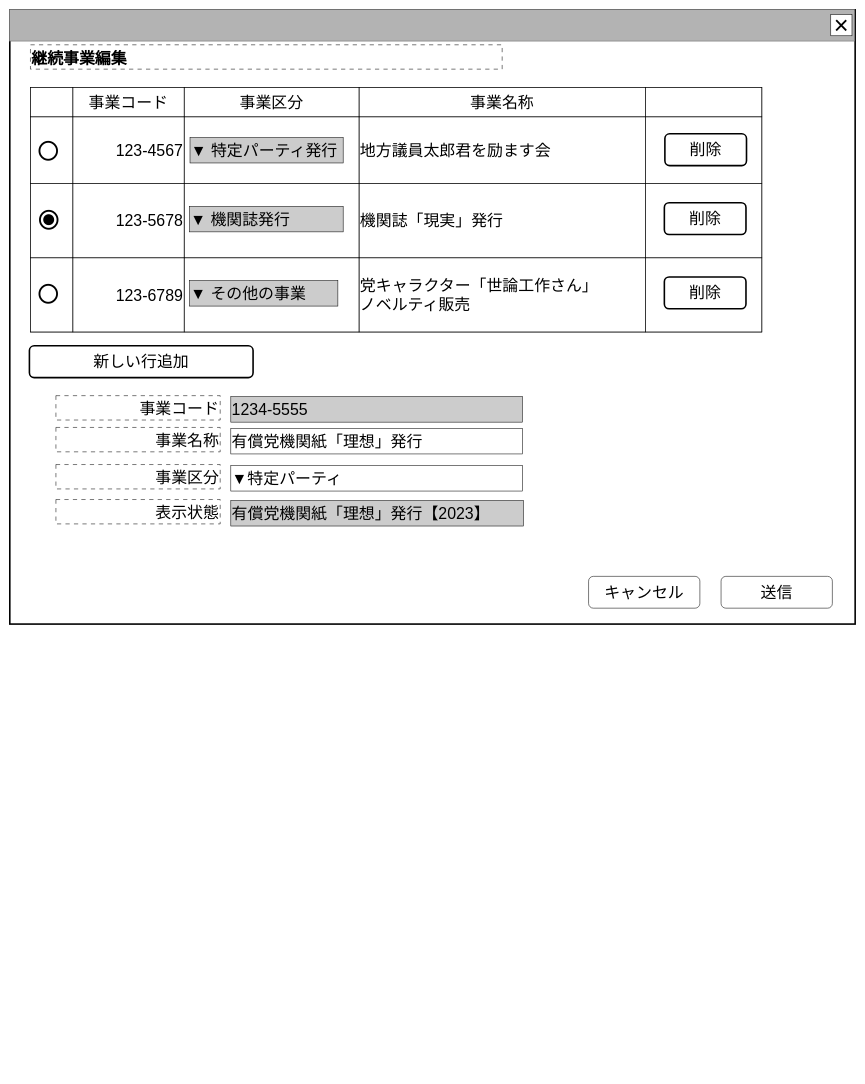
Before: docs/create_front/regist_continue_buisiness/image/継続事業登録.drawio in chiwa2023/create-politician-balance-report, a draw.io diagram. Source tidied: cells renumbered, new cells numbered last; positions are measured from the earlier drawing's top-left corner, leaving out a move shared by most shapes. Both pictures are drawn from the tidied source at 53%, with x=0, y=0 at pixel (9, 9).
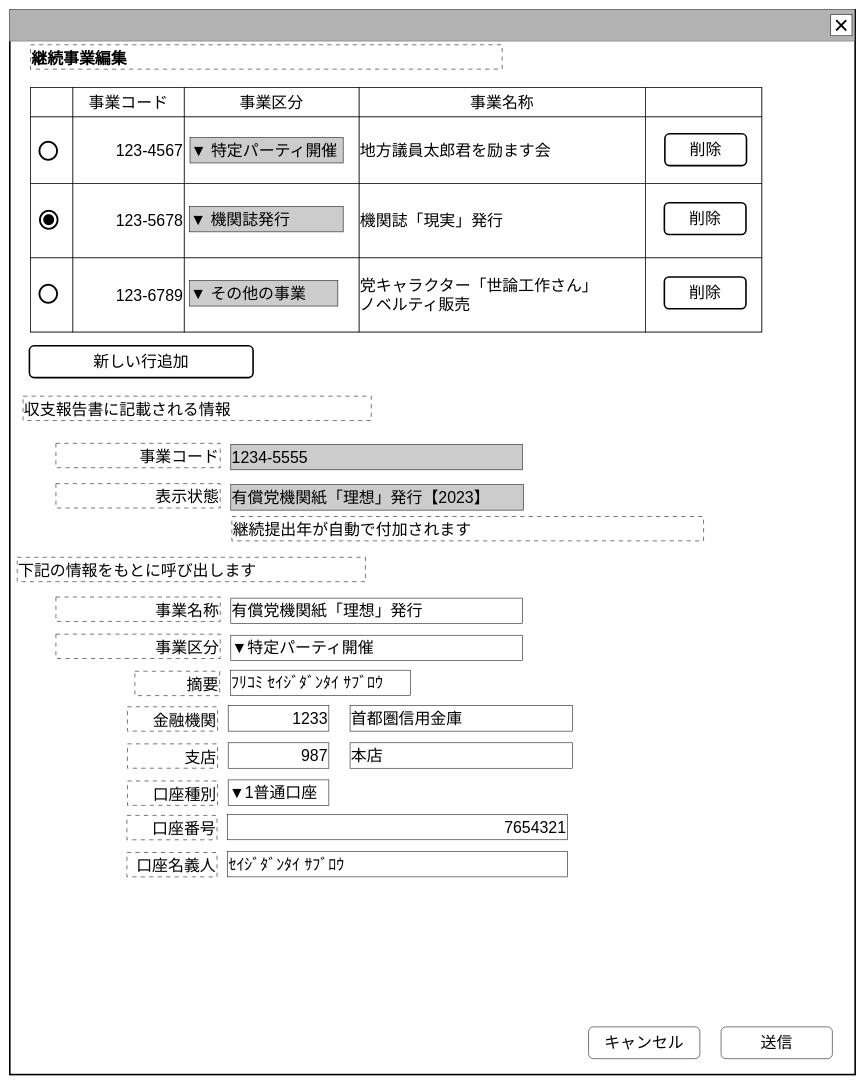
The same diagram, later.

Change to the diagram source:
```diff
@@
     <mxCell id="2" style="rounded=0;whiteSpace=wrap;html=1;strokeWidth=3;" parent="1" vertex="1">
-      <mxGeometry x="1" y="1" width="1595" height="1159" as="geometry" />
+      <mxGeometry x="1" y="1" width="1595" height="2009" as="geometry" />
     </mxCell>
@@
     <mxCell id="7" value="&lt;span style=&quot;font-size: 30px;&quot;&gt;送信&lt;/span&gt;" style="rounded=1;whiteSpace=wrap;html=1;" parent="5" vertex="1">
-      <mxGeometry x="1343" y="1070" width="210" height="60" as="geometry" />
+      <mxGeometry x="1343" y="1920" width="210" height="60" as="geometry" />
     </mxCell>
     <mxCell id="8" value="&lt;span style=&quot;font-size: 30px;&quot;&gt;キャンセル&lt;/span&gt;" style="rounded=1;whiteSpace=wrap;html=1;" parent="5" vertex="1">
-      <mxGeometry x="1093" y="1070" width="210" height="60" as="geometry" />
+      <mxGeometry x="1093" y="1920" width="210" height="60" as="geometry" />
     </mxCell>
     <mxCell id="9" value="&lt;span style=&quot;font-size: 30px;&quot;&gt;事業コード&lt;/span&gt;" style="rounded=0;whiteSpace=wrap;html=1;align=right;dashed=1;dashPattern=8 8;verticalAlign=bottom;" parent="5" vertex="1">
-      <mxGeometry x="88" y="729" width="310" height="46" as="geometry" />
+      <mxGeometry x="88" y="819" width="310" height="46" as="geometry" />
     </mxCell>
     <mxCell id="10" value="&lt;span style=&quot;font-size: 30px;&quot;&gt;1234-5555&lt;/span&gt;" style="rounded=0;whiteSpace=wrap;html=1;align=left;fillColor=#CCCCCC;" parent="5" vertex="1">
-      <mxGeometry x="418" y="731" width="550" height="48" as="geometry" />
+      <mxGeometry x="418" y="821" width="550" height="48" as="geometry" />
     </mxCell>
     <mxCell id="11" value="&lt;span style=&quot;font-size: 30px;&quot;&gt;事業名称&lt;/span&gt;" style="rounded=0;whiteSpace=wrap;html=1;align=right;dashed=1;dashPattern=8 8;verticalAlign=bottom;" parent="5" vertex="1">
-      <mxGeometry x="88" y="789" width="310" height="46" as="geometry" />
+      <mxGeometry x="88" y="1109" width="310" height="46" as="geometry" />
     </mxCell>
     <mxCell id="12" value="&lt;span style=&quot;font-size: 30px;&quot;&gt;有償党機関紙「理想」発行&lt;/span&gt;" style="rounded=0;whiteSpace=wrap;html=1;align=left;" parent="5" vertex="1">
-      <mxGeometry x="418" y="791" width="550" height="48" as="geometry" />
+      <mxGeometry x="418" y="1111" width="550" height="48" as="geometry" />
     </mxCell>
     <mxCell id="13" value="&lt;span style=&quot;font-size: 30px;&quot;&gt;事業区分&lt;/span&gt;" style="rounded=0;whiteSpace=wrap;html=1;align=right;dashed=1;dashPattern=8 8;verticalAlign=bottom;" parent="5" vertex="1">
-      <mxGeometry x="88" y="859" width="310" height="46" as="geometry" />
+      <mxGeometry x="88" y="1179" width="310" height="46" as="geometry" />
     </mxCell>
-    <mxCell id="14" value="&lt;span style=&quot;font-size: 30px;&quot;&gt;▼特定パーティ&lt;/span&gt;" style="rounded=0;whiteSpace=wrap;html=1;align=left;" parent="5" vertex="1">
-      <mxGeometry x="418" y="861" width="550" height="48" as="geometry" />
+    <mxCell id="14" value="&lt;span style=&quot;font-size: 30px;&quot;&gt;▼特定パーティ開催&lt;/span&gt;" style="rounded=0;whiteSpace=wrap;html=1;align=left;" parent="5" vertex="1">
+      <mxGeometry x="418" y="1181" width="550" height="48" as="geometry" />
     </mxCell>
     <mxCell id="15" value="&lt;span style=&quot;font-size: 30px;&quot;&gt;表示状態&lt;/span&gt;" style="rounded=0;whiteSpace=wrap;html=1;align=right;dashed=1;dashPattern=8 8;verticalAlign=bottom;" parent="5" vertex="1">
-      <mxGeometry x="88" y="925" width="310" height="46" as="geometry" />
+      <mxGeometry x="88" y="895" width="310" height="46" as="geometry" />
     </mxCell>
     <mxCell id="16" value="&lt;span style=&quot;font-size: 30px;&quot;&gt;有償党機関紙「理想」発行【&lt;/span&gt;&lt;span style=&quot;font-size: 30px;&quot;&gt;2023】&lt;/span&gt;" style="rounded=0;whiteSpace=wrap;html=1;align=left;fillColor=#CCCCCC;" parent="5" vertex="1">
-      <mxGeometry x="418" y="927" width="552" height="48" as="geometry" />
+      <mxGeometry x="418" y="897" width="552" height="48" as="geometry" />
     </mxCell>
@@
-    <mxCell id="42" value="&lt;div style=&quot;font-size: 30px;&quot;&gt;&lt;font style=&quot;font-size: 30px;&quot;&gt;▼ 特定パーティ発行&lt;/font&gt;&lt;/div&gt;" style="rounded=0;whiteSpace=wrap;html=1;align=left;fillColor=#CCCCCC;" parent="5" vertex="1">
+    <mxCell id="42" value="&lt;div style=&quot;font-size: 30px;&quot;&gt;&lt;font style=&quot;font-size: 30px;&quot;&gt;▼ 特定パーティ開催&lt;/font&gt;&lt;/div&gt;" style="rounded=0;whiteSpace=wrap;html=1;align=left;fillColor=#CCCCCC;" parent="5" vertex="1">
       <mxGeometry x="341" y="242" width="289" height="48" as="geometry" />
     </mxCell>
@@
+    <mxCell id="53" value="&lt;span style=&quot;font-size: 30px;&quot;&gt;収支報告書に記載される情報&lt;/span&gt;" style="rounded=0;whiteSpace=wrap;html=1;align=left;dashed=1;dashPattern=8 8;verticalAlign=bottom;" parent="5" vertex="1">
+      <mxGeometry x="26" y="730" width="657" height="46" as="geometry" />
+    </mxCell>
+    <mxCell id="54" value="&lt;span style=&quot;font-size: 30px;&quot;&gt;下記の情報をもとに呼び出します&lt;/span&gt;" style="rounded=0;whiteSpace=wrap;html=1;align=left;dashed=1;dashPattern=8 8;verticalAlign=bottom;" parent="5" vertex="1">
+      <mxGeometry x="15" y="1034" width="657" height="46" as="geometry" />
+    </mxCell>
+    <mxCell id="55" value="&lt;span style=&quot;font-size: 30px;&quot;&gt;摘要&lt;/span&gt;" style="rounded=0;whiteSpace=wrap;html=1;align=right;dashed=1;dashPattern=8 8;verticalAlign=bottom;" parent="5" vertex="1">
+      <mxGeometry x="237" y="1249" width="160" height="46" as="geometry" />
+    </mxCell>
+    <mxCell id="56" value="&lt;span style=&quot;font-size: 30px;&quot;&gt;ﾌﾘｺﾐ ｾｲｼﾞﾀﾞﾝﾀｲ ｻﾌﾞﾛｳ&lt;/span&gt;" style="rounded=0;whiteSpace=wrap;html=1;align=left;" parent="5" vertex="1">
+      <mxGeometry x="417" y="1247" width="340" height="48" as="geometry" />
+    </mxCell>
+    <mxCell id="57" value="&lt;span style=&quot;font-size: 30px;&quot;&gt;金融機関&lt;/span&gt;" style="rounded=0;whiteSpace=wrap;html=1;align=right;dashed=1;dashPattern=8 8;verticalAlign=bottom;" parent="5" vertex="1">
+      <mxGeometry x="223" y="1316" width="170" height="46" as="geometry" />
+    </mxCell>
+    <mxCell id="58" value="&lt;span style=&quot;font-size: 30px;&quot;&gt;1233&lt;/span&gt;" style="rounded=0;whiteSpace=wrap;html=1;align=right;" parent="5" vertex="1">
+      <mxGeometry x="413" y="1314" width="190" height="48" as="geometry" />
+    </mxCell>
+    <mxCell id="59" value="&lt;span style=&quot;font-size: 30px;&quot;&gt;首都圏信用金庫&lt;/span&gt;" style="rounded=0;whiteSpace=wrap;html=1;align=left;" parent="5" vertex="1">
+      <mxGeometry x="643" y="1314" width="420" height="48" as="geometry" />
+    </mxCell>
+    <mxCell id="60" value="&lt;span style=&quot;font-size: 30px;&quot;&gt;支店&lt;/span&gt;" style="rounded=0;whiteSpace=wrap;html=1;align=right;dashed=1;dashPattern=8 8;verticalAlign=bottom;" parent="5" vertex="1">
+      <mxGeometry x="223" y="1386" width="170" height="46" as="geometry" />
+    </mxCell>
+    <mxCell id="61" value="&lt;span style=&quot;font-size: 30px;&quot;&gt;987&lt;/span&gt;" style="rounded=0;whiteSpace=wrap;html=1;align=right;" parent="5" vertex="1">
+      <mxGeometry x="413" y="1384" width="190" height="48" as="geometry" />
+    </mxCell>
+    <mxCell id="62" value="&lt;span style=&quot;font-size: 30px;&quot;&gt;本店&lt;/span&gt;" style="rounded=0;whiteSpace=wrap;html=1;align=left;" parent="5" vertex="1">
+      <mxGeometry x="643" y="1384" width="420" height="48" as="geometry" />
+    </mxCell>
+    <mxCell id="63" value="&lt;span style=&quot;font-size: 30px;&quot;&gt;口座種別&lt;/span&gt;" style="rounded=0;whiteSpace=wrap;html=1;align=right;dashed=1;dashPattern=8 8;verticalAlign=bottom;" parent="5" vertex="1">
+      <mxGeometry x="223" y="1456" width="170" height="46" as="geometry" />
+    </mxCell>
+    <mxCell id="64" value="&lt;span style=&quot;font-size: 30px;&quot;&gt;▼1普通口座&lt;/span&gt;" style="rounded=0;whiteSpace=wrap;html=1;align=left;" parent="5" vertex="1">
+      <mxGeometry x="413" y="1454" width="190" height="48" as="geometry" />
+    </mxCell>
+    <mxCell id="65" value="&lt;span style=&quot;font-size: 30px;&quot;&gt;口座番号&lt;/span&gt;" style="rounded=0;whiteSpace=wrap;html=1;align=right;dashed=1;dashPattern=8 8;verticalAlign=bottom;" parent="5" vertex="1">
+      <mxGeometry x="222" y="1521" width="170" height="46" as="geometry" />
+    </mxCell>
+    <mxCell id="66" value="&lt;span style=&quot;font-size: 30px;&quot;&gt;7654321&lt;/span&gt;" style="rounded=0;whiteSpace=wrap;html=1;align=right;" parent="5" vertex="1">
+      <mxGeometry x="412" y="1519" width="641" height="48" as="geometry" />
+    </mxCell>
+    <mxCell id="67" value="&lt;span style=&quot;font-size: 30px;&quot;&gt;口座名義人&lt;/span&gt;" style="rounded=0;whiteSpace=wrap;html=1;align=right;dashed=1;dashPattern=8 8;verticalAlign=bottom;" parent="5" vertex="1">
+      <mxGeometry x="222" y="1591" width="170" height="46" as="geometry" />
+    </mxCell>
+    <mxCell id="68" value="&lt;span style=&quot;font-size: 30px;&quot;&gt;ｾｲｼﾞﾀﾞﾝﾀｲ ｻﾌﾞﾛｳ&lt;/span&gt;" style="rounded=0;whiteSpace=wrap;html=1;align=left;" parent="5" vertex="1">
+      <mxGeometry x="412" y="1589" width="641" height="48" as="geometry" />
+    </mxCell>
+    <mxCell id="69" value="&lt;span style=&quot;font-size: 30px;&quot;&gt;&lt;span&gt;継続提出年が自動で付加されます&lt;/span&gt;&lt;/span&gt;" style="rounded=0;whiteSpace=wrap;html=1;align=left;dashed=1;dashPattern=8 8;verticalAlign=bottom;fontStyle=0;" parent="5" vertex="1">
+      <mxGeometry x="420" y="957" width="890" height="46" as="geometry" />
+    </mxCell>
```
